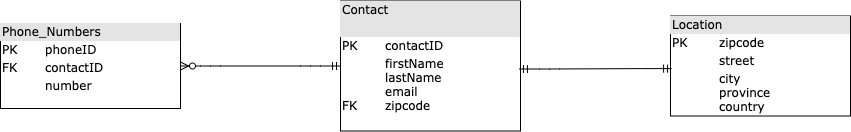
ufvteam/simple-contact-app keeps this draw.io diagram as server/db_design.png. Above is the earlier version. Source tidied: cells renumbered, new cells last; positions are measured from the earlier drawing's top-left corner, leaving out a move shared by most shapes. Its diagram source:
```xml
<mxGraphModel background="#ffffff">
  <root>
    <mxCell id="0" />
    <mxCell id="1" parent="0" />
    <mxCell id="2" value="&lt;div style=&quot;box-sizing: border-box ; width: 100% ; background: #e4e4e4 ; padding: 2px&quot;&gt;Phone_Numbers&lt;/div&gt;&lt;table style=&quot;width: 100% ; font-size: 1em&quot; cellpadding=&quot;2&quot; cellspacing=&quot;0&quot;&gt;&lt;tbody&gt;&lt;tr&gt;&lt;td&gt;PK&lt;/td&gt;&lt;td&gt;phoneID&lt;/td&gt;&lt;/tr&gt;&lt;tr&gt;&lt;td&gt;FK&lt;/td&gt;&lt;td&gt;contactID&lt;/td&gt;&lt;/tr&gt;&lt;tr&gt;&lt;td&gt;&lt;/td&gt;&lt;td&gt;number&lt;/td&gt;&lt;/tr&gt;&lt;tr&gt;&lt;td&gt;&lt;br&gt;&lt;/td&gt;&lt;td&gt;&lt;br&gt;&lt;/td&gt;&lt;/tr&gt;&lt;tr&gt;&lt;td&gt;&lt;/td&gt;&lt;td&gt;&lt;br&gt;&lt;/td&gt;&lt;/tr&gt;&lt;/tbody&gt;&lt;/table&gt;" style="verticalAlign=top;align=left;overflow=fill;html=1;rounded=0;shadow=0;comic=0;labelBackgroundColor=none;strokeWidth=1;fontFamily=Verdana;fontSize=12;" parent="1" vertex="1">
      <mxGeometry y="22" width="180" height="85" as="geometry" />
    </mxCell>
    <mxCell id="3" value="&lt;div style=&quot;box-sizing: border-box ; width: 100% ; background: #e4e4e4 ; padding: 2px&quot;&gt;Contact&lt;/div&gt;&lt;div style=&quot;box-sizing: border-box ; width: 100% ; background: #e4e4e4 ; padding: 2px&quot;&gt;&lt;br&gt;&lt;/div&gt;&lt;table style=&quot;width: 100% ; font-size: 1em&quot; cellpadding=&quot;2&quot; cellspacing=&quot;0&quot;&gt;&lt;tbody&gt;&lt;tr&gt;&lt;td&gt;PK&lt;/td&gt;&lt;td&gt;contactID&lt;/td&gt;&lt;/tr&gt;&lt;tr&gt;&lt;td&gt;&lt;br&gt;&lt;br&gt;&lt;br&gt;FK&lt;/td&gt;&lt;td&gt;firstName&lt;br&gt;lastName&lt;br&gt;email&lt;br&gt;zipcode&lt;/td&gt;&lt;/tr&gt;&lt;/tbody&gt;&lt;/table&gt;" style="verticalAlign=top;align=left;overflow=fill;html=1;rounded=0;shadow=0;comic=0;labelBackgroundColor=none;strokeWidth=1;fontFamily=Verdana;fontSize=12;" parent="1" vertex="1">
      <mxGeometry x="340" y="-0.5" width="180" height="130" as="geometry" />
    </mxCell>
    <mxCell id="4" value="&lt;div style=&quot;box-sizing: border-box ; width: 100% ; background: #e4e4e4 ; padding: 2px&quot;&gt;Location&lt;/div&gt;&lt;table style=&quot;width: 100% ; font-size: 1em&quot; cellpadding=&quot;2&quot; cellspacing=&quot;0&quot;&gt;&lt;tbody&gt;&lt;tr&gt;&lt;td&gt;PK&lt;/td&gt;&lt;td&gt;zipcode&lt;/td&gt;&lt;/tr&gt;&lt;tr&gt;&lt;td&gt;&lt;br&gt;&lt;/td&gt;&lt;td&gt;street&lt;/td&gt;&lt;/tr&gt;&lt;tr&gt;&lt;td&gt;&lt;/td&gt;&lt;td&gt;city&lt;br&gt;province&lt;br&gt;country&lt;/td&gt;&lt;/tr&gt;&lt;/tbody&gt;&lt;/table&gt;" style="verticalAlign=top;align=left;overflow=fill;html=1;rounded=0;shadow=0;comic=0;labelBackgroundColor=none;strokeWidth=1;fontFamily=Verdana;fontSize=12;" parent="1" vertex="1">
      <mxGeometry x="670" y="14.5" width="180" height="100" as="geometry" />
    </mxCell>
    <mxCell id="5" style="edgeStyle=entityRelationEdgeStyle;fontSize=12;html=1;endArrow=ERmandOne;startArrow=ERmandOne;exitX=0.994;exitY=0.523;exitDx=0;exitDy=0;exitPerimeter=0;entryX=0.006;entryY=0.526;entryDx=0;entryDy=0;entryPerimeter=0;" parent="1" edge="1" source="3" target="4">
      <mxGeometry relative="1" as="geometry" />
    </mxCell>
    <mxCell id="6" style="edgeStyle=entityRelationEdgeStyle;fontSize=12;html=1;endArrow=ERzeroToMany;startArrow=ERmandOne;entryX=1;entryY=0.5;entryDx=0;entryDy=0;exitX=0;exitY=0.5;exitDx=0;exitDy=0;" parent="1" edge="1" source="3" target="2">
      <mxGeometry relative="1" as="geometry" />
    </mxCell>
  </root>
</mxGraphModel>
```
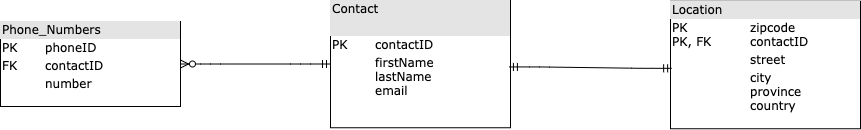
Above is the later version.

Change to the diagram source:
```diff
@@ -5,11 +5,11 @@
     <mxCell id="2" value="&lt;div style=&quot;box-sizing: border-box ; width: 100% ; background: #e4e4e4 ; padding: 2px&quot;&gt;Phone_Numbers&lt;/div&gt;&lt;table style=&quot;width: 100% ; font-size: 1em&quot; cellpadding=&quot;2&quot; cellspacing=&quot;0&quot;&gt;&lt;tbody&gt;&lt;tr&gt;&lt;td&gt;PK&lt;/td&gt;&lt;td&gt;phoneID&lt;/td&gt;&lt;/tr&gt;&lt;tr&gt;&lt;td&gt;FK&lt;/td&gt;&lt;td&gt;contactID&lt;/td&gt;&lt;/tr&gt;&lt;tr&gt;&lt;td&gt;&lt;/td&gt;&lt;td&gt;number&lt;/td&gt;&lt;/tr&gt;&lt;tr&gt;&lt;td&gt;&lt;br&gt;&lt;/td&gt;&lt;td&gt;&lt;br&gt;&lt;/td&gt;&lt;/tr&gt;&lt;tr&gt;&lt;td&gt;&lt;/td&gt;&lt;td&gt;&lt;br&gt;&lt;/td&gt;&lt;/tr&gt;&lt;/tbody&gt;&lt;/table&gt;" style="verticalAlign=top;align=left;overflow=fill;html=1;rounded=0;shadow=0;comic=0;labelBackgroundColor=none;strokeWidth=1;fontFamily=Verdana;fontSize=12;" parent="1" vertex="1">
       <mxGeometry y="22" width="180" height="85" as="geometry" />
     </mxCell>
-    <mxCell id="3" value="&lt;div style=&quot;box-sizing: border-box ; width: 100% ; background: #e4e4e4 ; padding: 2px&quot;&gt;Contact&lt;/div&gt;&lt;div style=&quot;box-sizing: border-box ; width: 100% ; background: #e4e4e4 ; padding: 2px&quot;&gt;&lt;br&gt;&lt;/div&gt;&lt;table style=&quot;width: 100% ; font-size: 1em&quot; cellpadding=&quot;2&quot; cellspacing=&quot;0&quot;&gt;&lt;tbody&gt;&lt;tr&gt;&lt;td&gt;PK&lt;/td&gt;&lt;td&gt;contactID&lt;/td&gt;&lt;/tr&gt;&lt;tr&gt;&lt;td&gt;&lt;br&gt;&lt;br&gt;&lt;br&gt;FK&lt;/td&gt;&lt;td&gt;firstName&lt;br&gt;lastName&lt;br&gt;email&lt;br&gt;zipcode&lt;/td&gt;&lt;/tr&gt;&lt;/tbody&gt;&lt;/table&gt;" style="verticalAlign=top;align=left;overflow=fill;html=1;rounded=0;shadow=0;comic=0;labelBackgroundColor=none;strokeWidth=1;fontFamily=Verdana;fontSize=12;" parent="1" vertex="1">
-      <mxGeometry x="340" y="-0.5" width="180" height="130" as="geometry" />
+    <mxCell id="3" value="&lt;div style=&quot;box-sizing: border-box ; width: 100% ; background: #e4e4e4 ; padding: 2px&quot;&gt;Contact&lt;/div&gt;&lt;div style=&quot;box-sizing: border-box ; width: 100% ; background: #e4e4e4 ; padding: 2px&quot;&gt;&lt;br&gt;&lt;/div&gt;&lt;table style=&quot;width: 100% ; font-size: 1em&quot; cellpadding=&quot;2&quot; cellspacing=&quot;0&quot;&gt;&lt;tbody&gt;&lt;tr&gt;&lt;td&gt;PK&lt;/td&gt;&lt;td&gt;contactID&lt;/td&gt;&lt;/tr&gt;&lt;tr&gt;&lt;td&gt;&lt;br&gt;&lt;br&gt;&lt;br&gt;&lt;br&gt;&lt;/td&gt;&lt;td&gt;firstName&lt;br&gt;lastName&lt;br&gt;email&lt;br&gt;&lt;br&gt;&lt;/td&gt;&lt;/tr&gt;&lt;/tbody&gt;&lt;/table&gt;" style="verticalAlign=top;align=left;overflow=fill;html=1;rounded=0;shadow=0;comic=0;labelBackgroundColor=none;strokeWidth=1;fontFamily=Verdana;fontSize=12;" parent="1" vertex="1">
+      <mxGeometry x="330" y="0.8" width="180" height="127.5" as="geometry" />
     </mxCell>
-    <mxCell id="4" value="&lt;div style=&quot;box-sizing: border-box ; width: 100% ; background: #e4e4e4 ; padding: 2px&quot;&gt;Location&lt;/div&gt;&lt;table style=&quot;width: 100% ; font-size: 1em&quot; cellpadding=&quot;2&quot; cellspacing=&quot;0&quot;&gt;&lt;tbody&gt;&lt;tr&gt;&lt;td&gt;PK&lt;/td&gt;&lt;td&gt;zipcode&lt;/td&gt;&lt;/tr&gt;&lt;tr&gt;&lt;td&gt;&lt;br&gt;&lt;/td&gt;&lt;td&gt;street&lt;/td&gt;&lt;/tr&gt;&lt;tr&gt;&lt;td&gt;&lt;/td&gt;&lt;td&gt;city&lt;br&gt;province&lt;br&gt;country&lt;/td&gt;&lt;/tr&gt;&lt;/tbody&gt;&lt;/table&gt;" style="verticalAlign=top;align=left;overflow=fill;html=1;rounded=0;shadow=0;comic=0;labelBackgroundColor=none;strokeWidth=1;fontFamily=Verdana;fontSize=12;" parent="1" vertex="1">
-      <mxGeometry x="670" y="14.5" width="180" height="100" as="geometry" />
+    <mxCell id="4" value="&lt;div style=&quot;box-sizing: border-box ; width: 100% ; background: #e4e4e4 ; padding: 2px&quot;&gt;Location&lt;/div&gt;&lt;table style=&quot;width: 100% ; font-size: 1em&quot; cellpadding=&quot;2&quot; cellspacing=&quot;0&quot;&gt;&lt;tbody&gt;&lt;tr&gt;&lt;td&gt;PK&lt;br&gt;PK, FK&lt;br&gt;&lt;/td&gt;&lt;td&gt;zipcode&lt;br&gt;contactID&lt;/td&gt;&lt;/tr&gt;&lt;tr&gt;&lt;td&gt;&lt;br&gt;&lt;/td&gt;&lt;td&gt;street&lt;/td&gt;&lt;/tr&gt;&lt;tr&gt;&lt;td&gt;&lt;/td&gt;&lt;td&gt;city&lt;br&gt;province&lt;br&gt;country&lt;/td&gt;&lt;/tr&gt;&lt;/tbody&gt;&lt;/table&gt;" style="verticalAlign=top;align=left;overflow=fill;html=1;rounded=0;shadow=0;comic=0;labelBackgroundColor=none;strokeWidth=1;fontFamily=Verdana;fontSize=12;" parent="1" vertex="1">
+      <mxGeometry x="670" y="1.8" width="190" height="127.5" as="geometry" />
     </mxCell>
     <mxCell id="5" style="edgeStyle=entityRelationEdgeStyle;fontSize=12;html=1;endArrow=ERmandOne;startArrow=ERmandOne;exitX=0.994;exitY=0.523;exitDx=0;exitDy=0;exitPerimeter=0;entryX=0.006;entryY=0.526;entryDx=0;entryDy=0;entryPerimeter=0;" parent="1" edge="1" source="3" target="4">
       <mxGeometry relative="1" as="geometry" />
```
